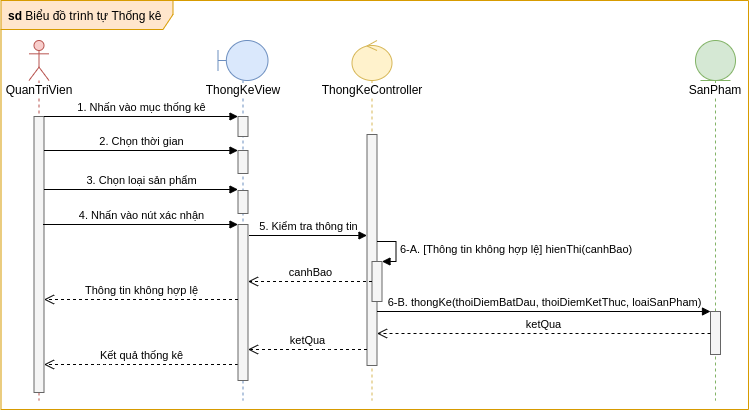
The draw.io diagram images/Sequence Diagram/Statistic.png in luclegen/medicine16, before a commit. Source tidied: cells renumbered, new cells last; positions are measured from the earlier drawing's top-left corner, leaving out a move shared by most shapes.
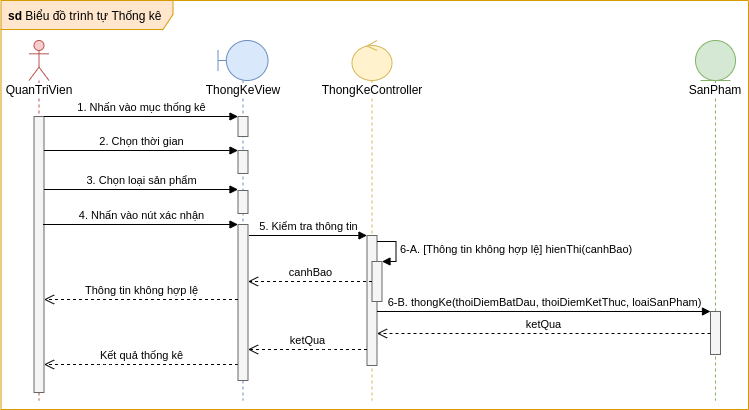
The same file after the commit.

Change to the diagram source:
```diff
@@ -30,9 +30,9 @@
     <mxCell id="9" value="&lt;span style=&quot;background-color: rgb(255 , 255 , 255)&quot;&gt;ThongKeController&lt;/span&gt;" style="shape=umlLifeline;participant=umlControl;perimeter=lifelinePerimeter;whiteSpace=wrap;html=1;verticalAlign=top;spacingTop=36;fillColor=#fff2cc;strokeColor=#d6b656;" parent="1" vertex="1">
       <mxGeometry x="351.5" y="40" width="40" height="360" as="geometry" />
     </mxCell>
-    <mxCell id="10" style="html=1;points=[];perimeter=orthogonalPerimeter;fillColor=#f5f5f5;strokeColor=#666666;fontColor=#333333;" parent="9" vertex="1">
-      <mxGeometry x="15" y="94" width="10" height="231" as="geometry" />
-    </mxCell>
+    <mxCell id="27" style="html=1;points=[];perimeter=orthogonalPerimeter;fillColor=#f5f5f5;strokeColor=#666666;fontColor=#333333;" parent="9" vertex="1">
+      <mxGeometry x="15" y="195" width="10" height="130" as="geometry" />
+    </mxCell>
     <mxCell id="11" value="&lt;span style=&quot;background-color: rgb(255 , 255 , 255)&quot;&gt;SanPham&lt;/span&gt;" style="shape=umlLifeline;participant=umlEntity;perimeter=lifelinePerimeter;whiteSpace=wrap;html=1;verticalAlign=top;spacingTop=36;fillColor=#d5e8d4;strokeColor=#82b366;" parent="1" vertex="1">
       <mxGeometry x="695" y="40" width="40" height="360" as="geometry" />
     </mxCell>
@@ -56,10 +56,9 @@
         <mxPoint x="237.5" y="150" as="targetPoint" />
       </mxGeometry>
     </mxCell>
-    <mxCell id="17" value="5. Kiểm tra thông tin" style="html=1;verticalAlign=bottom;endArrow=block;" parent="1" edge="1">
+    <mxCell id="17" value="5. Kiểm tra thông tin" style="html=1;verticalAlign=bottom;endArrow=block;" parent="1" edge="1" target="27">
       <mxGeometry relative="1" as="geometry">
         <mxPoint x="248.5" y="235" as="sourcePoint" />
-        <mxPoint x="366.5" y="235" as="targetPoint" />
         <Array as="points">
           <mxPoint x="291.5" y="235" />
         </Array>
@@ -71,10 +70,10 @@
         <mxPoint x="237.5" y="189" as="targetPoint" />
       </mxGeometry>
     </mxCell>
-    <mxCell id="19" style="html=1;points=[];perimeter=orthogonalPerimeter;labelBackgroundColor=#FFFFFF;fillColor=#f5f5f5;strokeColor=#666666;fontColor=#333333;" parent="1" vertex="1">
-      <mxGeometry x="371.5" y="261" width="10" height="40" as="geometry" />
-    </mxCell>
+    <mxCell id="28" style="html=1;points=[];perimeter=orthogonalPerimeter;labelBackgroundColor=#FFFFFF;fillColor=#f5f5f5;strokeColor=#666666;fontColor=#333333;" parent="1" vertex="1">
+      <mxGeometry x="371.5" y="261" width="10" height="40" as="geometry" />
+    </mxCell>
-    <mxCell id="20" value="6-A. [Thông tin không hợp lệ] hienThi(canhBao)" style="edgeStyle=orthogonalEdgeStyle;html=1;align=left;spacingLeft=2;endArrow=block;rounded=0;entryX=1;entryY=0;" parent="1" edge="1" target="19">
+    <mxCell id="20" value="6-A. [Thông tin không hợp lệ] hienThi(canhBao)" style="edgeStyle=orthogonalEdgeStyle;html=1;align=left;spacingLeft=2;endArrow=block;rounded=0;entryX=1;entryY=0;" parent="1" edge="1" target="28">
       <mxGeometry relative="1" as="geometry">
         <mxPoint x="376.5" y="241" as="sourcePoint" />
         <Array as="points">
@@ -83,7 +82,7 @@
         </Array>
       </mxGeometry>
     </mxCell>
-    <mxCell id="21" value="&lt;span style=&quot;text-align: left&quot;&gt;canhBao&lt;/span&gt;" style="html=1;verticalAlign=bottom;endArrow=open;dashed=1;endSize=8;" parent="1" edge="1" source="19" target="8">
+    <mxCell id="21" value="&lt;span style=&quot;text-align: left&quot;&gt;canhBao&lt;/span&gt;" style="html=1;verticalAlign=bottom;endArrow=open;dashed=1;endSize=8;" parent="1" edge="1" source="28" target="8">
       <mxGeometry relative="1" as="geometry" />
     </mxCell>
     <mxCell id="22" value="&lt;div style=&quot;text-align: left&quot;&gt;Thông tin không hợp lệ&lt;/div&gt;" style="html=1;verticalAlign=bottom;endArrow=open;dashed=1;endSize=8;" parent="1" edge="1">
@@ -97,21 +96,21 @@
         <mxPoint x="376.5" y="311" as="sourcePoint" />
       </mxGeometry>
     </mxCell>
-    <mxCell id="24" value="ketQua" style="html=1;verticalAlign=bottom;endArrow=open;dashed=1;endSize=8;" parent="1" edge="1" source="12">
-      <mxGeometry relative="1" as="geometry">
-        <mxPoint x="376.5" y="333" as="targetPoint" />
-        <Array as="points">
-          <mxPoint x="582.5" y="333" />
-        </Array>
-      </mxGeometry>
-    </mxCell>
-    <mxCell id="25" value="ketQua" style="html=1;verticalAlign=bottom;endArrow=open;dashed=1;endSize=8;" parent="1" edge="1" source="10" target="8">
-      <mxGeometry relative="1" as="geometry">
-        <Array as="points">
-          <mxPoint x="324" y="349" />
-        </Array>
-      </mxGeometry>
-    </mxCell>
+    <mxCell id="29" value="ketQua" style="html=1;verticalAlign=bottom;endArrow=open;dashed=1;endSize=8;" parent="1" edge="1" source="12">
+      <mxGeometry relative="1" as="geometry">
+        <mxPoint x="376.5" y="333" as="targetPoint" />
+        <Array as="points">
+          <mxPoint x="582.5" y="333" />
+        </Array>
+      </mxGeometry>
+    </mxCell>
+    <mxCell id="30" value="ketQua" style="html=1;verticalAlign=bottom;endArrow=open;dashed=1;endSize=8;" parent="1" edge="1" source="27" target="8">
+      <mxGeometry relative="1" as="geometry">
+        <Array as="points">
+          <mxPoint x="324" y="349" />
+        </Array>
+      </mxGeometry>
+    </mxCell>
     <mxCell id="26" value="4.&amp;nbsp;Nhấn vào nút xác nhận" style="html=1;verticalAlign=bottom;endArrow=block;" parent="1" edge="1">
       <mxGeometry relative="1" as="geometry">
         <mxPoint x="42.5" y="224" as="sourcePoint" />
```
